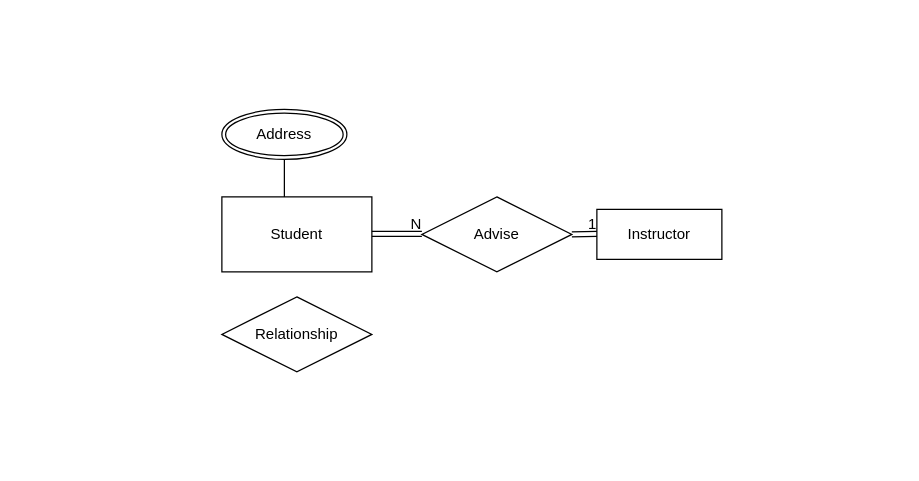
The draw.io diagram week3/part1/1/CodeCampXI.drawio in Nathat/Homework_codcamp_4, before the edit. Source tidied: cells renumbered, new cells numbered last; positions are measured from the earlier drawing's top-left corner, leaving out a move shared by most shapes. Both pictures are drawn from the tidied source at 125%, with x=0, y=0 at pixel (221, 109).
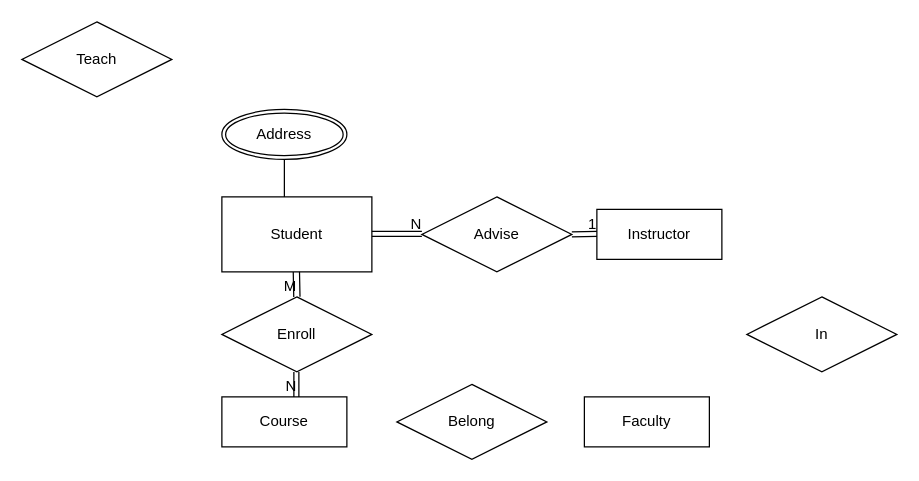
After the change.

Diff of the diagram source:
```diff
@@
-    <mxCell id="11" value="Relationship" style="shape=rhombus;perimeter=rhombusPerimeter;whiteSpace=wrap;html=1;align=center;strokeColor=#000000;" parent="1" vertex="1">
+    <mxCell id="11" value="Enroll" style="shape=rhombus;perimeter=rhombusPerimeter;whiteSpace=wrap;html=1;align=center;strokeColor=#000000;" parent="1" vertex="1">
       <mxGeometry y="150" width="120" height="60" as="geometry" />
     </mxCell>
+    <mxCell id="12" value="Course" style="whiteSpace=wrap;html=1;align=center;strokeColor=#000000;" parent="1" vertex="1">
+      <mxGeometry y="230" width="100" height="40" as="geometry" />
+    </mxCell>
+    <mxCell id="13" value="Belong" style="shape=rhombus;perimeter=rhombusPerimeter;whiteSpace=wrap;html=1;align=center;strokeColor=#000000;" parent="1" vertex="1">
+      <mxGeometry x="140" y="220" width="120" height="60" as="geometry" />
+    </mxCell>
+    <mxCell id="14" value="Faculty" style="whiteSpace=wrap;html=1;align=center;strokeColor=#000000;" parent="1" vertex="1">
+      <mxGeometry x="290" y="230" width="100" height="40" as="geometry" />
+    </mxCell>
+    <mxCell id="15" value="In" style="shape=rhombus;perimeter=rhombusPerimeter;whiteSpace=wrap;html=1;align=center;strokeColor=#000000;" parent="1" vertex="1">
+      <mxGeometry x="420" y="150" width="120" height="60" as="geometry" />
+    </mxCell>
+    <mxCell id="16" value="Teach" style="shape=rhombus;perimeter=rhombusPerimeter;whiteSpace=wrap;html=1;align=center;strokeColor=#000000;" parent="1" vertex="1">
+      <mxGeometry x="-160" y="-70" width="120" height="60" as="geometry" />
+    </mxCell>
+    <mxCell id="17" style="shape=link;html=1;rounded=0;width=-5;" parent="1" edge="1">
+      <mxGeometry relative="1" as="geometry">
+        <mxPoint x="59.6" y="130" as="sourcePoint" />
+        <mxPoint x="60" y="150" as="targetPoint" />
+      </mxGeometry>
+    </mxCell>
+    <mxCell id="18" value="M" style="html=1;align=right;verticalAlign=bottom;" parent="17" vertex="1">
+      <mxGeometry x="1" relative="1" as="geometry" />
+    </mxCell>
+    <mxCell id="19" style="shape=link;html=1;rounded=0;" parent="1" edge="1">
+      <mxGeometry relative="1" as="geometry">
+        <mxPoint x="59.6" y="210" as="sourcePoint" />
+        <mxPoint x="59.6" y="230" as="targetPoint" />
+      </mxGeometry>
+    </mxCell>
+    <mxCell id="20" value="N" style="html=1;align=right;verticalAlign=bottom;" parent="19" vertex="1">
+      <mxGeometry x="1" relative="1" as="geometry" />
+    </mxCell>
```
